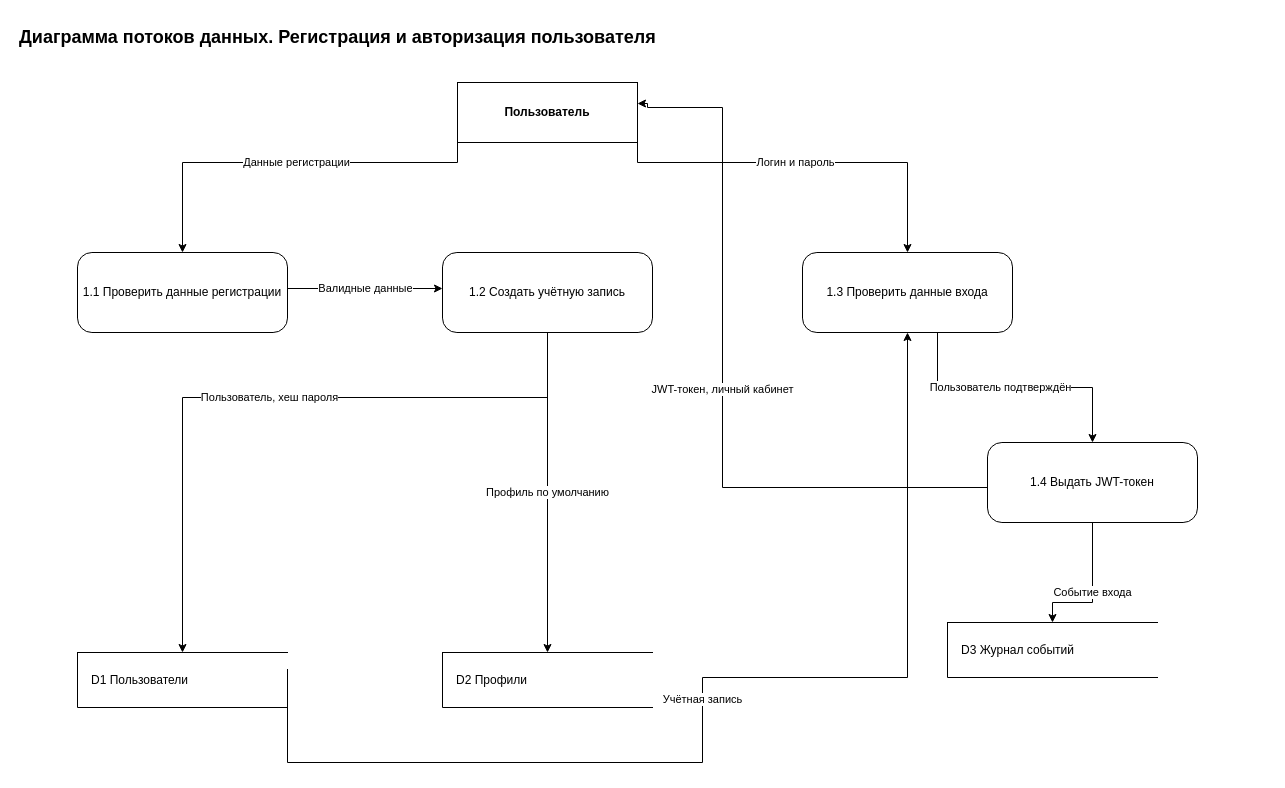
Skipl1/ASOIU keeps this draw.io diagram as Optimization-Methods/laba_2/diagrams/Potoki/01_Регистрация_и_авторизация.drawio. Above is the earlier version. Source tidied: cells renumbered, new cells numbered last; positions are measured from the earlier drawing's top-left corner, leaving out a move shared by most shapes. Both pictures are drawn from the tidied source at 100%, with x=0, y=0 at pixel (17, 22).
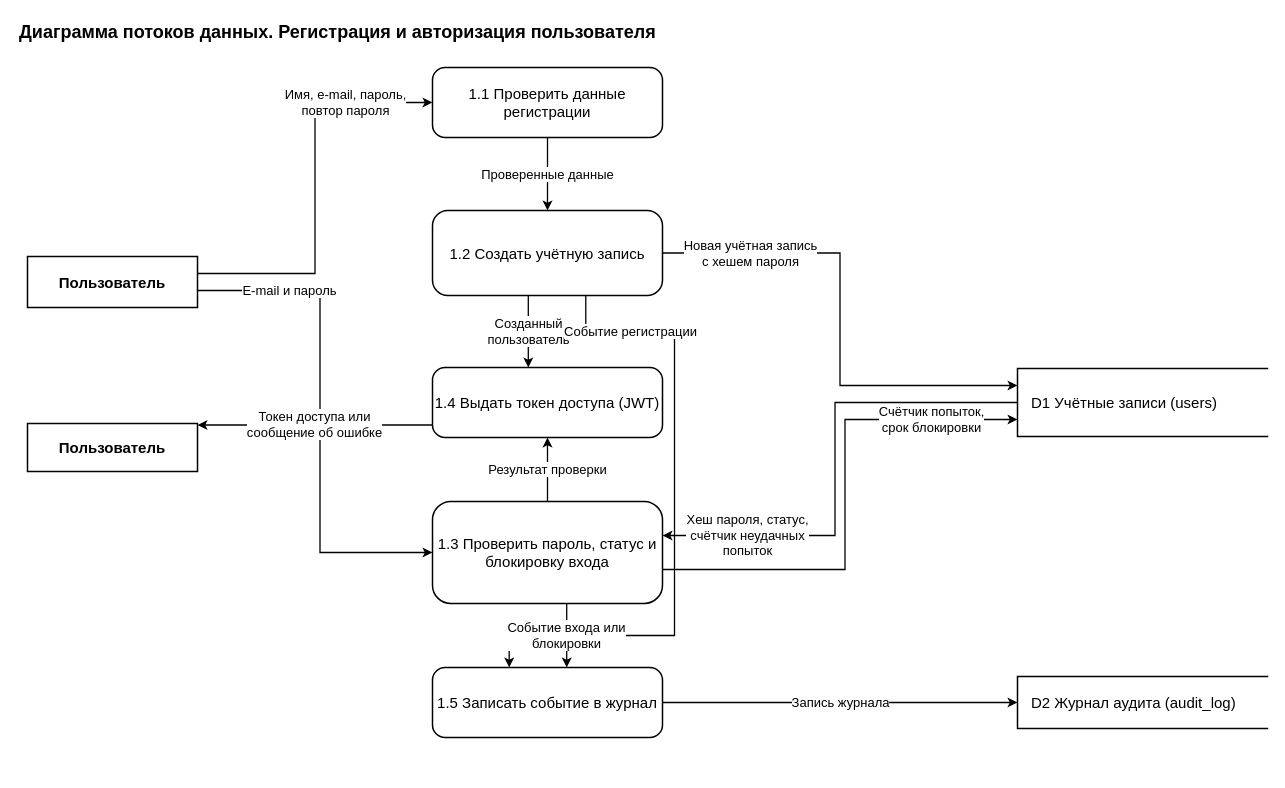
The same diagram, later.

The edit, as a diff of the source:
```diff
@@
     <mxCell id="2" value="Диаграмма потоков данных. Регистрация и авторизация пользователя" style="text;html=1;strokeColor=none;fillColor=none;align=left;verticalAlign=middle;fontSize=18;fontStyle=1;" parent="1" vertex="1">
-      <mxGeometry width="760" height="30" as="geometry" />
+      <mxGeometry y="-5" width="900" height="30" as="geometry" />
     </mxCell>
-    <mxCell id="3" value="Пользователь" style="rounded=0;whiteSpace=wrap;html=1;fillColor=#ffffff;strokeColor=#000000;fontStyle=1;" parent="1" vertex="1">
-      <mxGeometry x="440" y="60" width="180" height="60" as="geometry" />
+    <mxCell id="3" value="Пользователь" style="rounded=0;whiteSpace=wrap;html=1;fillColor=#ffffff;strokeColor=#000000;fontStyle=1;fontSize=15;strokeWidth=1.5;" parent="1" vertex="1">
+      <mxGeometry x="10" y="234" width="170" height="51" as="geometry" />
     </mxCell>
-    <mxCell id="4" value="1.1 Проверить данные регистрации" style="rounded=1;whiteSpace=wrap;html=1;arcSize=18;fillColor=#ffffff;strokeColor=#000000;" parent="1" vertex="1">
-      <mxGeometry x="60" y="230" width="210" height="80" as="geometry" />
+    <mxCell id="4" value="1.1 Проверить данные регистрации" style="rounded=1;whiteSpace=wrap;html=1;arcSize=18;fillColor=#ffffff;strokeColor=#000000;fontSize=15;strokeWidth=1.5;" parent="1" vertex="1">
+      <mxGeometry x="415" y="45" width="230" height="70" as="geometry" />
     </mxCell>
-    <mxCell id="5" value="1.2 Создать учётную запись" style="rounded=1;whiteSpace=wrap;html=1;arcSize=18;fillColor=#ffffff;strokeColor=#000000;" parent="1" vertex="1">
-      <mxGeometry x="425" y="230" width="210" height="80" as="geometry" />
+    <mxCell id="5" value="1.2 Создать учётную запись" style="rounded=1;whiteSpace=wrap;html=1;arcSize=18;fillColor=#ffffff;strokeColor=#000000;fontSize=15;strokeWidth=1.5;" parent="1" vertex="1">
+      <mxGeometry x="415" y="188" width="230" height="85" as="geometry" />
     </mxCell>
-    <mxCell id="6" value="1.3 Проверить данные входа" style="rounded=1;whiteSpace=wrap;html=1;arcSize=18;fillColor=#ffffff;strokeColor=#000000;" parent="1" vertex="1">
-      <mxGeometry x="785" y="230" width="210" height="80" as="geometry" />
+    <mxCell id="6" value="1.3 Проверить пароль, статус и блокировку входа" style="rounded=1;whiteSpace=wrap;html=1;arcSize=18;fillColor=#ffffff;strokeColor=#000000;fontSize=15;strokeWidth=1.5;" parent="1" vertex="1">
+      <mxGeometry x="415" y="479" width="230" height="102" as="geometry" />
     </mxCell>
-    <mxCell id="7" value="1.4 Выдать JWT-токен" style="rounded=1;whiteSpace=wrap;html=1;arcSize=18;fillColor=#ffffff;strokeColor=#000000;" parent="1" vertex="1">
-      <mxGeometry x="970" y="420" width="210" height="80" as="geometry" />
+    <mxCell id="7" value="1.4 Выдать токен доступа (JWT)" style="rounded=1;whiteSpace=wrap;html=1;arcSize=18;fillColor=#ffffff;strokeColor=#000000;fontSize=15;strokeWidth=1.5;" parent="1" vertex="1">
+      <mxGeometry x="415" y="345" width="230" height="70" as="geometry" />
     </mxCell>
+    <mxCell id="20" value="1.5 Записать событие в журнал" style="rounded=1;whiteSpace=wrap;html=1;arcSize=18;fillColor=#ffffff;strokeColor=#000000;fontSize=15;strokeWidth=1.5;" parent="1" vertex="1">
+      <mxGeometry x="415" y="645" width="230" height="70" as="geometry" />
+    </mxCell>
-    <mxCell id="8" value="D1 Пользователи" style="shape=partialRectangle;right=0;whiteSpace=wrap;html=1;fillColor=#ffffff;strokeColor=#000000;align=left;spacingLeft=12;" parent="1" vertex="1">
-      <mxGeometry x="60" y="630" width="210" height="55" as="geometry" />
+    <mxCell id="8" value="D1 Учётные записи (users)" style="shape=partialRectangle;right=0;whiteSpace=wrap;html=1;fillColor=#ffffff;strokeColor=#000000;align=left;spacingLeft=12;fontSize=15;strokeWidth=1.5;" parent="1" vertex="1">
+      <mxGeometry x="1000" y="346" width="250" height="68" as="geometry" />
     </mxCell>
-    <mxCell id="9" value="D2 Профили" style="shape=partialRectangle;right=0;whiteSpace=wrap;html=1;fillColor=#ffffff;strokeColor=#000000;align=left;spacingLeft=12;" parent="1" vertex="1">
-      <mxGeometry x="425" y="630" width="210" height="55" as="geometry" />
+    <mxCell id="9" value="D2 Журнал аудита (audit_log)" style="shape=partialRectangle;right=0;whiteSpace=wrap;html=1;fillColor=#ffffff;strokeColor=#000000;align=left;spacingLeft=12;fontSize=15;strokeWidth=1.5;" parent="1" vertex="1">
+      <mxGeometry x="1000" y="654" width="250" height="52" as="geometry" />
     </mxCell>
-    <mxCell id="10" value="D3 Журнал событий" style="shape=partialRectangle;right=0;whiteSpace=wrap;html=1;fillColor=#ffffff;strokeColor=#000000;align=left;spacingLeft=12;" parent="1" vertex="1">
-      <mxGeometry x="930" y="600" width="210" height="55" as="geometry" />
-    </mxCell>
+    <mxCell id="21" value="Пользователь" style="rounded=0;whiteSpace=wrap;html=1;fillColor=#ffffff;strokeColor=#000000;fontStyle=1;fontSize=15;strokeWidth=1.5;" parent="1" vertex="1">
+      <mxGeometry x="10" y="401" width="170" height="48" as="geometry" />
+    </mxCell>
-    <mxCell id="11" value="Данные регистрации" style="endArrow=classic;html=1;rounded=0;edgeStyle=orthogonalEdgeStyle;exitX=0;exitY=0.6;entryX=0.5;entryY=0;" parent="1" edge="1" source="3" target="4">
-      <mxGeometry relative="1" as="geometry">
+    <mxCell id="11" value="Имя, e-mail, пароль,&lt;br&gt;повтор пароля" style="endArrow=classic;endFill=1;html=1;rounded=0;edgeStyle=none;strokeWidth=1.3;fontSize=13;labelBackgroundColor=#ffffff;exitX=1.0;exitY=0.3333;exitDx=0;exitDy=0;entryX=0.0;entryY=0.5;entryDx=0;entryDy=0;" parent="1" edge="1" source="3" target="4">
+      <mxGeometry x="0.57" relative="1" as="geometry">
         <Array as="points">
-          <mxPoint x="165" y="140" />
+          <mxPoint x="297.5" y="251" />
+          <mxPoint x="297.5" y="80" />
         </Array>
       </mxGeometry>
     </mxCell>
-    <mxCell id="12" value="Валидные данные" style="endArrow=classic;html=1;rounded=0;edgeStyle=orthogonalEdgeStyle;exitX=1;exitY=0.45;entryX=0;entryY=0.45;" parent="1" edge="1" source="4" target="5">
+    <mxCell id="12" value="Проверенные данные" style="endArrow=classic;endFill=1;html=1;rounded=0;edgeStyle=none;strokeWidth=1.3;fontSize=13;labelBackgroundColor=#ffffff;exitX=0.5;exitY=1.0;exitDx=0;exitDy=0;entryX=0.5;entryY=0.0;entryDx=0;entryDy=0;" parent="1" edge="1" source="4" target="5">
       <mxGeometry relative="1" as="geometry" />
     </mxCell>
-    <mxCell id="13" value="Пользователь, хеш пароля" style="endArrow=classic;html=1;rounded=0;edgeStyle=orthogonalEdgeStyle;exitX=0.5;exitY=1;entryX=0.5;entryY=0;" parent="1" edge="1" source="5" target="8">
-      <mxGeometry relative="1" as="geometry">
+    <mxCell id="13" value="Новая учётная запись&lt;br&gt;с хешем пароля" style="endArrow=classic;endFill=1;html=1;rounded=0;edgeStyle=none;strokeWidth=1.3;fontSize=13;labelBackgroundColor=#ffffff;exitX=1.0;exitY=0.5;exitDx=0;exitDy=0;entryX=0.0;entryY=0.25;entryDx=0;entryDy=0;" parent="1" edge="1" source="5" target="8">
+      <mxGeometry x="-0.64" relative="1" as="geometry">
         <Array as="points">
-          <mxPoint x="530" y="375" />
-          <mxPoint x="165" y="375" />
+          <mxPoint x="822.5" y="230.5" />
+          <mxPoint x="822.5" y="363" />
         </Array>
       </mxGeometry>
     </mxCell>
-    <mxCell id="14" value="Профиль по умолчанию" style="endArrow=classic;html=1;rounded=0;edgeStyle=orthogonalEdgeStyle;exitX=0.5;exitY=1;entryX=0.5;entryY=0;" parent="1" edge="1" source="5" target="9">
-      <mxGeometry relative="1" as="geometry" />
-    </mxCell>
-    <mxCell id="15" value="Логин и пароль" style="endArrow=classic;html=1;rounded=0;edgeStyle=orthogonalEdgeStyle;exitX=1;exitY=0.6;entryX=0.5;entryY=0;" parent="1" edge="1" source="3" target="6">
-      <mxGeometry relative="1" as="geometry">
+    <mxCell id="15" value="E-mail и пароль" style="endArrow=classic;endFill=1;html=1;rounded=0;edgeStyle=none;strokeWidth=1.3;fontSize=13;labelBackgroundColor=#ffffff;exitX=1.0;exitY=0.6667;exitDx=0;exitDy=0;entryX=0.0;entryY=0.5;entryDx=0;entryDy=0;" parent="1" edge="1" source="3" target="6">
+      <mxGeometry x="-0.63" relative="1" as="geometry">
         <Array as="points">
-          <mxPoint x="890" y="140" />
+          <mxPoint x="302.5" y="268" />
+          <mxPoint x="302.5" y="530" />
         </Array>
       </mxGeometry>
     </mxCell>
-    <mxCell id="16" value="Учётная запись" style="endArrow=classic;html=1;rounded=0;edgeStyle=orthogonalEdgeStyle;exitX=1;exitY=0.3;entryX=0.5;entryY=1;" parent="1" edge="1" source="8" target="6">
-      <mxGeometry relative="1" as="geometry">
+    <mxCell id="16" value="Хеш пароля, статус,&lt;br&gt;счётчик неудачных&lt;br&gt;попыток" style="endArrow=classic;endFill=1;html=1;rounded=0;edgeStyle=none;strokeWidth=1.3;fontSize=13;labelBackgroundColor=#ffffff;exitX=0.0;exitY=0.5;exitDx=0;exitDy=0;entryX=1.0;entryY=0.3333;entryDx=0;entryDy=0;" parent="1" edge="1" source="8" target="6">
+      <mxGeometry x="0.65" relative="1" as="geometry">
         <Array as="points">
-          <mxPoint x="270" y="740" />
-          <mxPoint x="685" y="740" />
-          <mxPoint x="685" y="655" />
-          <mxPoint x="890" y="655" />
+          <mxPoint x="817.5" y="380" />
+          <mxPoint x="817.5" y="513" />
         </Array>
       </mxGeometry>
     </mxCell>
+    <mxCell id="22" value="Счётчик попыток,&lt;br&gt;срок блокировки" style="endArrow=classic;endFill=1;html=1;rounded=0;edgeStyle=none;strokeWidth=1.3;fontSize=13;labelBackgroundColor=#ffffff;exitX=1.0;exitY=0.6667;exitDx=0;exitDy=0;entryX=0.0;entryY=0.75;entryDx=0;entryDy=0;" parent="1" edge="1" source="6" target="8">
+      <mxGeometry x="0.66" relative="1" as="geometry">
+        <Array as="points">
+          <mxPoint x="827.5" y="547" />
+          <mxPoint x="827.5" y="397" />
+        </Array>
+      </mxGeometry>
+    </mxCell>
+    <mxCell id="23" value="Созданный&lt;br&gt;пользователь" style="endArrow=classic;endFill=1;html=1;rounded=0;edgeStyle=none;strokeWidth=1.3;fontSize=13;labelBackgroundColor=#ffffff;exitX=0.4165;exitY=1.0;exitDx=0;exitDy=0;entryX=0.4165;entryY=0.0;entryDx=0;entryDy=0;" parent="1" edge="1" source="5" target="7">
+      <mxGeometry relative="1" as="geometry" />
+    </mxCell>
-    <mxCell id="17" value="Пользователь подтверждён" style="endArrow=classic;html=1;rounded=0;edgeStyle=orthogonalEdgeStyle;exitX=0.5;exitY=1;entryX=0.5;entryY=0;" parent="1" edge="1" source="6" target="7">
-      <mxGeometry relative="1" as="geometry">
-        <Array as="points">
-          <mxPoint x="920" y="310" />
-          <mxPoint x="920" y="365" />
-          <mxPoint x="1075" y="365" />
-        </Array>
-      </mxGeometry>
+    <mxCell id="17" value="Результат проверки" style="endArrow=classic;endFill=1;html=1;rounded=0;edgeStyle=none;strokeWidth=1.3;fontSize=13;labelBackgroundColor=#ffffff;exitX=0.5;exitY=0.0;exitDx=0;exitDy=0;entryX=0.5;entryY=1.0;entryDx=0;entryDy=0;" parent="1" edge="1" source="6" target="7">
+      <mxGeometry relative="1" as="geometry" />
     </mxCell>
-    <mxCell id="18" value="JWT-токен, личный кабинет" style="endArrow=classic;html=1;rounded=0;edgeStyle=orthogonalEdgeStyle;exitX=0;exitY=0.45;entryX=1;entryY=0.35;" parent="1" edge="1" source="7" target="3">
-      <mxGeometry relative="1" as="geometry">
-        <Array as="points">
-          <mxPoint x="970" y="465" />
-          <mxPoint x="705" y="465" />
-          <mxPoint x="705" y="85" />
-          <mxPoint x="630" y="85" />
-        </Array>
-      </mxGeometry>
-    </mxCell>
-    <mxCell id="19" value="Событие входа" style="endArrow=classic;html=1;rounded=0;edgeStyle=orthogonalEdgeStyle;exitX=0.5;exitY=1;entryX=0.5;entryY=0;" parent="1" edge="1" source="7" target="10">
-      <mxGeometry relative="1" as="geometry">
-        <Array as="points">
-          <mxPoint x="1075" y="580" />
-          <mxPoint x="1035" y="580" />
-        </Array>
-      </mxGeometry>
-    </mxCell>
+    <mxCell id="24" value="Токен доступа или&lt;br&gt;сообщение об ошибке" style="endArrow=classic;endFill=1;html=1;rounded=0;edgeStyle=none;strokeWidth=1.3;fontSize=13;labelBackgroundColor=#ffffff;exitX=0.0;exitY=0.8214;exitDx=0;exitDy=0;entryX=1.0;entryY=0.0312;entryDx=0;entryDy=0;" parent="1" edge="1" source="7" target="21">
+      <mxGeometry relative="1" as="geometry" />
+    </mxCell>
+    <mxCell id="25" value="Событие регистрации" style="endArrow=classic;endFill=1;html=1;rounded=0;edgeStyle=none;strokeWidth=1.3;fontSize=13;labelBackgroundColor=#ffffff;exitX=0.6665;exitY=1.0;exitDx=0;exitDy=0;entryX=0.3335;entryY=0.0;entryDx=0;entryDy=0;" parent="1" edge="1" source="5" target="20">
+      <mxGeometry x="-0.74" relative="1" as="geometry">
+        <Array as="points">
+          <mxPoint x="568.3" y="309" />
+          <mxPoint x="657" y="309" />
+          <mxPoint x="657" y="613" />
+          <mxPoint x="491.7" y="613" />
+        </Array>
+      </mxGeometry>
+    </mxCell>
+    <mxCell id="26" value="Событие входа или&lt;br&gt;блокировки" style="endArrow=classic;endFill=1;html=1;rounded=0;edgeStyle=none;strokeWidth=1.3;fontSize=13;labelBackgroundColor=#ffffff;exitX=0.5835;exitY=1.0;exitDx=0;exitDy=0;entryX=0.5835;entryY=0.0;entryDx=0;entryDy=0;" parent="1" edge="1" source="6" target="20">
+      <mxGeometry relative="1" as="geometry" />
+    </mxCell>
+    <mxCell id="27" value="Запись журнала" style="endArrow=classic;endFill=1;html=1;rounded=0;edgeStyle=none;strokeWidth=1.3;fontSize=13;labelBackgroundColor=#ffffff;exitX=1.0;exitY=0.5;exitDx=0;exitDy=0;entryX=0.0;entryY=0.5;entryDx=0;entryDy=0;" parent="1" edge="1" source="20" target="9">
+      <mxGeometry relative="1" as="geometry" />
+    </mxCell>
```
